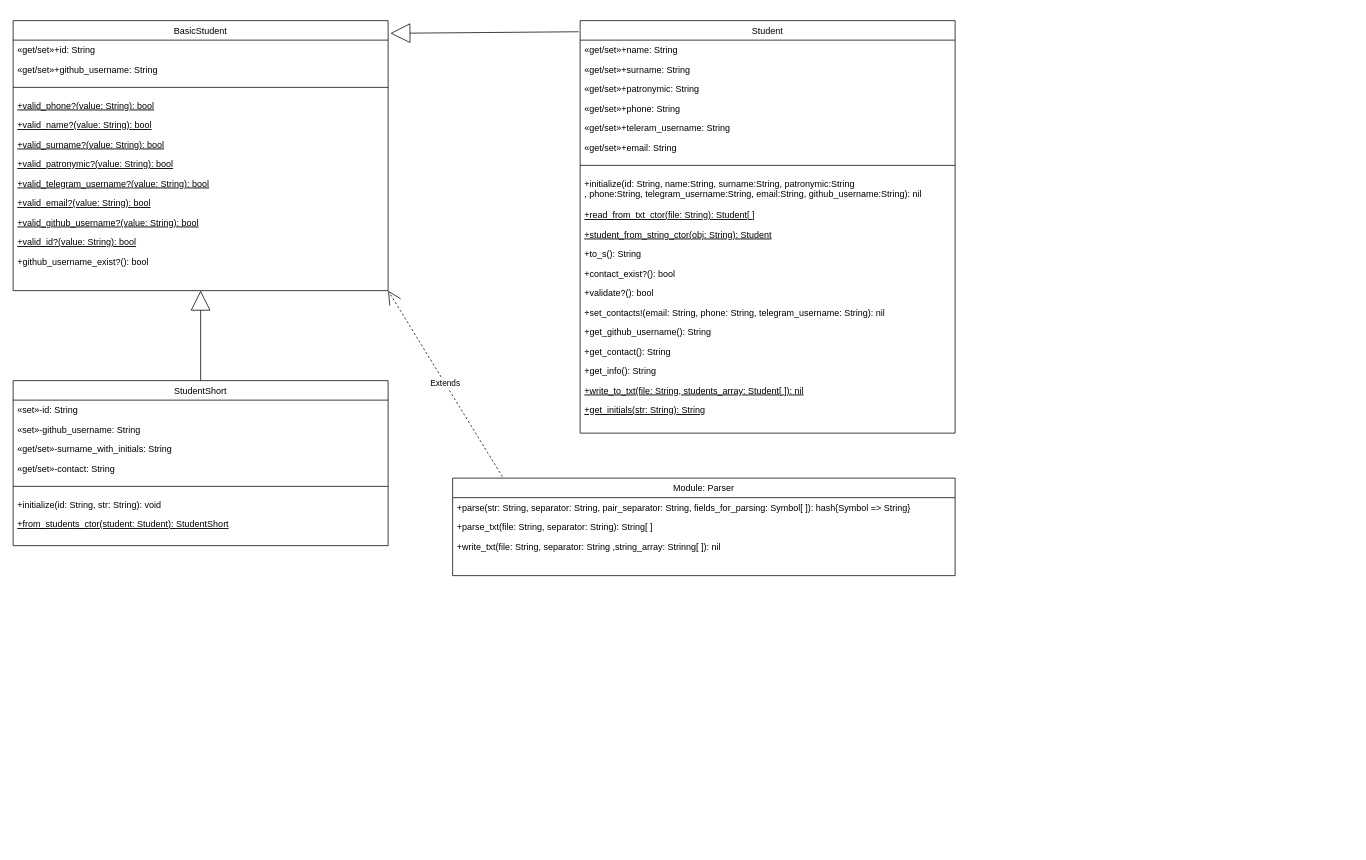
Before: students_DB_ed_project/documentation/UML_class_diagram/students_DB_ed_project_class_diagram.drawio in RedMaG02/ruby, a draw.io diagram. Source tidied: cells renumbered, new cells numbered last; positions are measured from the earlier drawing's top-left corner, leaving out a move shared by most shapes. Both pictures are drawn from the tidied source at 75%, with x=0, y=0 at pixel (13, 20).
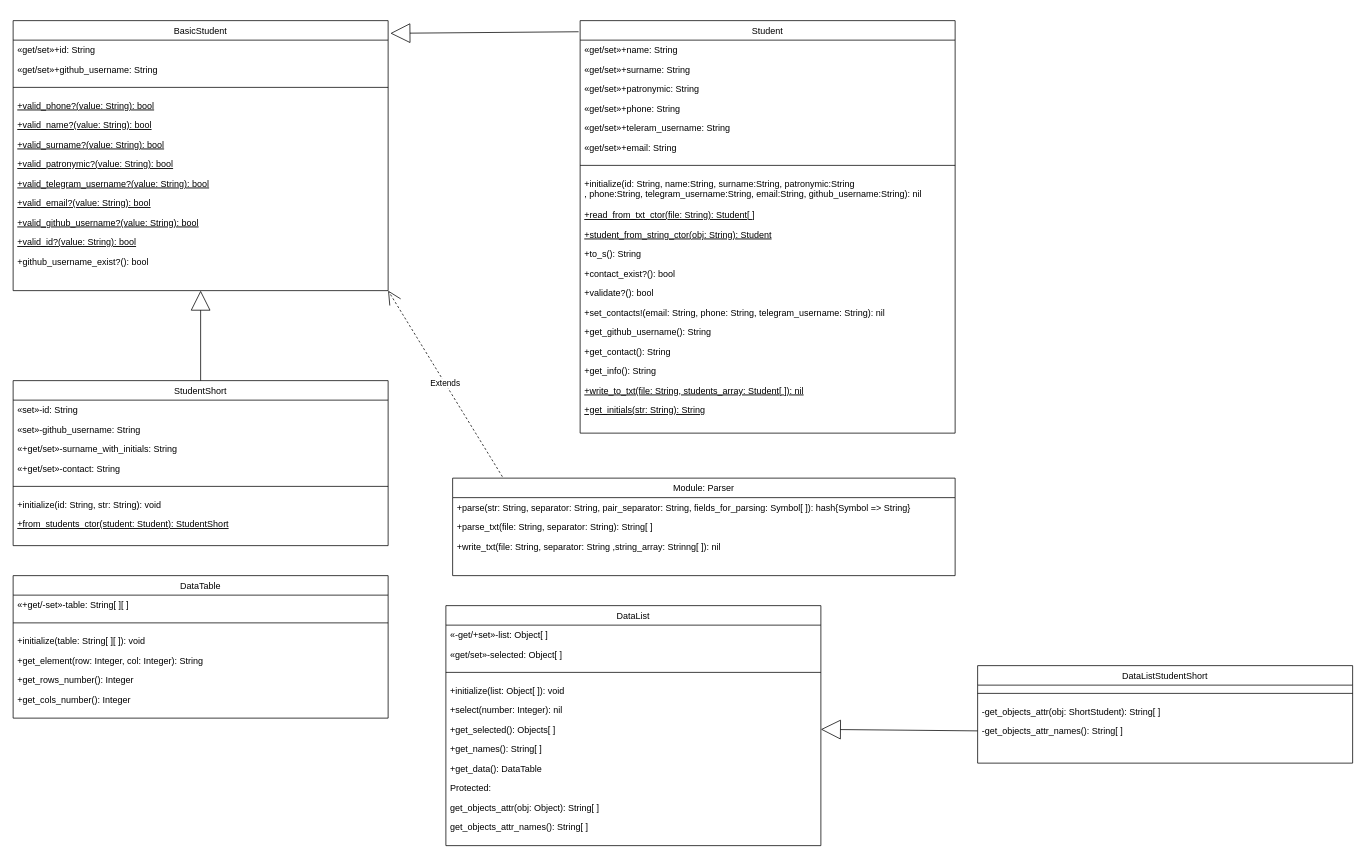
Above is the later version.

Commit message (it also covers changes not shown here):
some dataist test + fixes + update diagramms

Unchanged cells that the change refers to:
```xml
<mxCell id="35" value="StudentShort" style="swimlane;fontStyle=0;align=center;verticalAlign=top;horizontal=1;startSize=26;rounded=0;shadow=0;strokeWidth=1;swimlaneFillColor=default;" parent="1" vertex="1">
  <mxGeometry y="480" width="500" height="220" as="geometry" />
</mxCell>
```

Change to the diagram source:
```diff
@@
-    <mxCell id="38" value="«get/set»-surname_with_initials: String" style="text;align=left;verticalAlign=top;spacingLeft=4;spacingRight=4;overflow=hidden;rounded=0;shadow=0;html=0;" parent="35" vertex="1">
+    <mxCell id="38" value="«+get/set»-surname_with_initials: String" style="text;align=left;verticalAlign=top;spacingLeft=4;spacingRight=4;overflow=hidden;rounded=0;shadow=0;html=0;" parent="35" vertex="1">
       <mxGeometry y="78" width="500" height="26" as="geometry" />
     </mxCell>
-    <mxCell id="39" value="«get/set»-contact: String" style="text;align=left;verticalAlign=top;spacingLeft=4;spacingRight=4;overflow=hidden;rounded=0;shadow=0;html=0;" parent="35" vertex="1">
+    <mxCell id="39" value="«+get/set»-contact: String" style="text;align=left;verticalAlign=top;spacingLeft=4;spacingRight=4;overflow=hidden;rounded=0;shadow=0;html=0;" parent="35" vertex="1">
       <mxGeometry y="104" width="500" height="26" as="geometry" />
     </mxCell>
@@
+    <mxCell id="50" value="DataTable" style="swimlane;fontStyle=0;align=center;verticalAlign=top;horizontal=1;startSize=26;rounded=0;shadow=0;strokeWidth=1;swimlaneFillColor=default;" parent="1" vertex="1">
+      <mxGeometry y="740" width="500" height="190" as="geometry" />
+    </mxCell>
+    <mxCell id="51" value="«+get/-set»-table: String[ ][ ]" style="text;align=left;verticalAlign=top;spacingLeft=4;spacingRight=4;overflow=hidden;rounded=0;shadow=0;html=0;" parent="50" vertex="1">
+      <mxGeometry y="26" width="500" height="26" as="geometry" />
+    </mxCell>
+    <mxCell id="52" style="line;html=1;strokeWidth=1;align=left;verticalAlign=middle;spacingTop=-1;spacingLeft=3;spacingRight=3;labelPosition=right;" parent="50" vertex="1">
+      <mxGeometry y="52" width="500" height="22" as="geometry" />
+    </mxCell>
+    <mxCell id="53" value="+initialize(table: String[ ][ ]): void" style="text;align=left;verticalAlign=top;spacingLeft=4;spacingRight=4;overflow=hidden;" parent="50" vertex="1">
+      <mxGeometry y="74" width="500" height="26" as="geometry" />
+    </mxCell>
+    <mxCell id="54" value="+get_element(row: Integer, col: Integer): String" style="text;align=left;verticalAlign=top;spacingLeft=4;spacingRight=4;overflow=hidden;" parent="50" vertex="1">
+      <mxGeometry y="100" width="500" height="26" as="geometry" />
+    </mxCell>
+    <mxCell id="55" value="+get_rows_number(): Integer" style="text;align=left;verticalAlign=top;spacingLeft=4;spacingRight=4;overflow=hidden;" parent="50" vertex="1">
+      <mxGeometry y="126" width="500" height="26" as="geometry" />
+    </mxCell>
+    <mxCell id="56" value="+get_cols_number(): Integer" style="text;align=left;verticalAlign=top;spacingLeft=4;spacingRight=4;overflow=hidden;" parent="50" vertex="1">
+      <mxGeometry y="152" width="500" height="26" as="geometry" />
+    </mxCell>
+    <mxCell id="57" value="DataList" style="swimlane;fontStyle=0;align=center;verticalAlign=top;horizontal=1;startSize=26;rounded=0;shadow=0;strokeWidth=1;swimlaneFillColor=default;" parent="1" vertex="1">
+      <mxGeometry x="577" y="780" width="500" height="320" as="geometry" />
+    </mxCell>
+    <mxCell id="58" value="«-get/+set»-list: Object[ ]" style="text;align=left;verticalAlign=top;spacingLeft=4;spacingRight=4;overflow=hidden;rounded=0;shadow=0;html=0;" parent="57" vertex="1">
+      <mxGeometry y="26" width="500" height="26" as="geometry" />
+    </mxCell>
+    <mxCell id="59" value="«get/set»-selected: Object[ ]" style="text;align=left;verticalAlign=top;spacingLeft=4;spacingRight=4;overflow=hidden;rounded=0;shadow=0;html=0;" parent="57" vertex="1">
+      <mxGeometry y="52" width="500" height="26" as="geometry" />
+    </mxCell>
+    <mxCell id="60" style="line;html=1;strokeWidth=1;align=left;verticalAlign=middle;spacingTop=-1;spacingLeft=3;spacingRight=3;labelPosition=right;" parent="57" vertex="1">
+      <mxGeometry y="78" width="500" height="22" as="geometry" />
+    </mxCell>
+    <mxCell id="61" value="+initialize(list: Object[ ]): void" style="text;align=left;verticalAlign=top;spacingLeft=4;spacingRight=4;overflow=hidden;" parent="57" vertex="1">
+      <mxGeometry y="100" width="500" height="26" as="geometry" />
+    </mxCell>
+    <mxCell id="62" value="+select(number: Integer): nil" style="text;align=left;verticalAlign=top;spacingLeft=4;spacingRight=4;overflow=hidden;" parent="57" vertex="1">
+      <mxGeometry y="126" width="500" height="26" as="geometry" />
+    </mxCell>
+    <mxCell id="63" value="+get_selected(): Objects[ ]" style="text;align=left;verticalAlign=top;spacingLeft=4;spacingRight=4;overflow=hidden;points=[[0,0.5],[1,0.5]];portConstraint=eastwest;" parent="57" vertex="1">
+      <mxGeometry y="152" width="500" height="26" as="geometry" />
+    </mxCell>
+    <mxCell id="64" value="+get_names(): String[ ]" style="text;align=left;verticalAlign=top;spacingLeft=4;spacingRight=4;overflow=hidden;" parent="57" vertex="1">
+      <mxGeometry y="178" width="500" height="26" as="geometry" />
+    </mxCell>
+    <mxCell id="65" value="+get_data(): DataTable" style="text;align=left;verticalAlign=top;spacingLeft=4;spacingRight=4;overflow=hidden;" parent="57" vertex="1">
+      <mxGeometry y="204" width="500" height="26" as="geometry" />
+    </mxCell>
+    <mxCell id="66" value="Protected:" style="text;align=left;verticalAlign=top;spacingLeft=4;spacingRight=4;overflow=hidden;" parent="57" vertex="1">
+      <mxGeometry y="230" width="500" height="26" as="geometry" />
+    </mxCell>
+    <mxCell id="67" value="get_objects_attr(obj: Object): String[ ] " style="text;align=left;verticalAlign=top;spacingLeft=4;spacingRight=4;overflow=hidden;" parent="57" vertex="1">
+      <mxGeometry y="256" width="500" height="26" as="geometry" />
+    </mxCell>
+    <mxCell id="68" value="get_objects_attr_names(): String[ ] " style="text;align=left;verticalAlign=top;spacingLeft=4;spacingRight=4;overflow=hidden;" parent="57" vertex="1">
+      <mxGeometry y="282" width="500" height="26" as="geometry" />
+    </mxCell>
+    <mxCell id="69" value="DataListStudentShort" style="swimlane;fontStyle=0;align=center;verticalAlign=top;horizontal=1;startSize=26;rounded=0;shadow=0;strokeWidth=1;swimlaneFillColor=default;" parent="1" vertex="1">
+      <mxGeometry x="1286" y="860" width="500" height="130" as="geometry" />
+    </mxCell>
+    <mxCell id="70" style="line;html=1;strokeWidth=1;align=left;verticalAlign=middle;spacingTop=-1;spacingLeft=3;spacingRight=3;labelPosition=right;" parent="69" vertex="1">
+      <mxGeometry y="26" width="500" height="22" as="geometry" />
+    </mxCell>
+    <mxCell id="71" value="-get_objects_attr(obj: ShortStudent): String[ ] " style="text;align=left;verticalAlign=top;spacingLeft=4;spacingRight=4;overflow=hidden;" parent="69" vertex="1">
+      <mxGeometry y="48" width="500" height="26" as="geometry" />
+    </mxCell>
+    <mxCell id="72" value="-get_objects_attr_names(): String[ ] " style="text;align=left;verticalAlign=top;spacingLeft=4;spacingRight=4;overflow=hidden;points=[[0,0.5],[1,0.5]];portConstraint=eastwest;" parent="69" vertex="1">
+      <mxGeometry y="74" width="500" height="26" as="geometry" />
+    </mxCell>
+    <mxCell id="73" style="endArrow=block;endFill=0;endSize=24;html=1;rounded=0;exitX=0;exitY=0.5;exitDx=0;exitDy=0;entryX=1;entryY=0.5;entryDx=0;entryDy=0;" parent="1" edge="1" source="72" target="63">
+      <mxGeometry relative="1" as="geometry" />
+    </mxCell>
```
